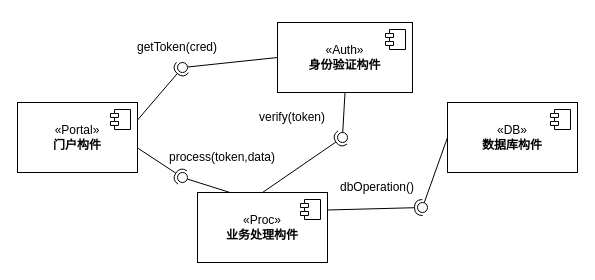
This is MXX-EXAMPLE.drawio from WFUing/GRADUATION, a draw.io file, before an edit. Source tidied: cells renumbered, new cells numbered last; positions are measured from the earlier drawing's top-left corner, leaving out a move shared by most shapes. Both pictures are drawn from the tidied source at 100%, with x=0, y=0 at pixel (17, 22).
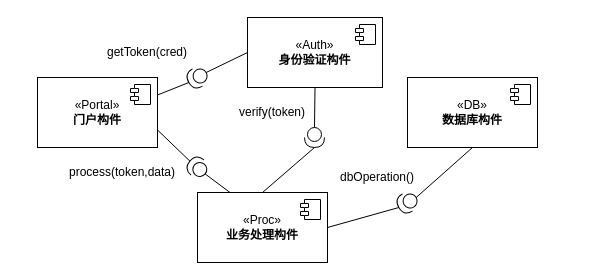
The same diagram, later.

The change refers to these unchanged cells:
```xml
<mxCell id="10" value="«Proc»&lt;br&gt;&lt;b&gt;业务处理构件&lt;/b&gt;" style="html=1;whiteSpace=wrap;" parent="1" vertex="1">
  <mxGeometry x="180" y="170" width="130" height="70" as="geometry" />
</mxCell>
```

Diff of the diagram source:
```diff
@@
     <mxCell id="2" value="«Portal»&lt;br&gt;&lt;b&gt;门户构件&lt;/b&gt;" style="html=1;whiteSpace=wrap;" parent="1" vertex="1">
-      <mxGeometry y="80" width="120" height="70" as="geometry" />
+      <mxGeometry x="20" y="55" width="120" height="70" as="geometry" />
     </mxCell>
@@
-    <mxCell id="4" style="rounded=0;jettySize=auto;html=1;endArrow=none;endFill=0;sketch=0;sourcePerimeterSpacing=0;targetPerimeterSpacing=0;exitX=0;exitY=0.5;exitDx=0;exitDy=0;" parent="1" edge="1" source="7" target="6">
-      <mxGeometry relative="1" as="geometry" />
-    </mxCell>
-    <mxCell id="5" style="rounded=0;jettySize=auto;html=1;endArrow=halfCircle;endFill=0;entryX=0.5;entryY=0.5;endSize=6;strokeWidth=1;sketch=0;exitX=1;exitY=0.25;exitDx=0;exitDy=0;" parent="1" edge="1" source="2" target="6">
-      <mxGeometry relative="1" as="geometry" />
-    </mxCell>
-    <mxCell id="6" style="ellipse;whiteSpace=wrap;html=1;align=center;points=[];outlineConnect=0;sketch=0;" parent="1" vertex="1">
-      <mxGeometry x="160" y="40" width="10" height="10" as="geometry" />
-    </mxCell>
     <mxCell id="7" value="«Auth»&lt;br&gt;&lt;b&gt;身份验证构件&lt;/b&gt;" style="html=1;whiteSpace=wrap;" parent="1" vertex="1">
-      <mxGeometry x="260" width="135" height="70" as="geometry" />
+      <mxGeometry x="230" y="-5" width="135" height="70" as="geometry" />
     </mxCell>
@@
     <mxCell id="9" value="getToken(cred)" style="text;strokeColor=none;align=center;fillColor=none;html=1;verticalAlign=middle;whiteSpace=wrap;rounded=0;" parent="1" vertex="1">
-      <mxGeometry x="110" y="10" width="100" height="30" as="geometry" />
+      <mxGeometry x="80" y="15" width="100" height="30" as="geometry" />
     </mxCell>
@@
-    <mxCell id="12" style="rounded=0;jettySize=auto;html=1;endArrow=none;endFill=0;sketch=0;sourcePerimeterSpacing=0;targetPerimeterSpacing=0;exitX=0.25;exitY=0;exitDx=0;exitDy=0;" parent="1" edge="1" source="10" target="14">
-      <mxGeometry relative="1" as="geometry" />
-    </mxCell>
-    <mxCell id="13" style="rounded=0;jettySize=auto;html=1;endArrow=halfCircle;endFill=0;entryX=0.5;entryY=0.5;endSize=6;strokeWidth=1;sketch=0;exitX=1.006;exitY=0.656;exitDx=0;exitDy=0;exitPerimeter=0;" parent="1" edge="1" source="2" target="14">
-      <mxGeometry relative="1" as="geometry" />
-    </mxCell>
-    <mxCell id="14" style="ellipse;whiteSpace=wrap;html=1;align=center;points=[];outlineConnect=0;sketch=0;" parent="1" vertex="1">
-      <mxGeometry x="160" y="150" width="10" height="10" as="geometry" />
-    </mxCell>
     <mxCell id="15" value="process(token,data)" style="text;strokeColor=none;align=center;fillColor=none;html=1;verticalAlign=middle;whiteSpace=wrap;rounded=0;" parent="1" vertex="1">
-      <mxGeometry x="140" y="120" width="130" height="30" as="geometry" />
+      <mxGeometry x="40" y="135" width="130" height="30" as="geometry" />
     </mxCell>
-    <mxCell id="16" style="rounded=0;jettySize=auto;html=1;endArrow=none;endFill=0;sketch=0;sourcePerimeterSpacing=0;targetPerimeterSpacing=0;exitX=0.5;exitY=1;exitDx=0;exitDy=0;" parent="1" edge="1" source="7" target="18">
-      <mxGeometry relative="1" as="geometry" />
-    </mxCell>
-    <mxCell id="17" style="rounded=0;jettySize=auto;html=1;endArrow=halfCircle;endFill=0;entryX=0.5;entryY=0.5;endSize=6;strokeWidth=1;sketch=0;exitX=0.5;exitY=0;exitDx=0;exitDy=0;" parent="1" edge="1" source="10" target="18">
-      <mxGeometry relative="1" as="geometry" />
-    </mxCell>
-    <mxCell id="18" style="ellipse;whiteSpace=wrap;html=1;align=center;points=[];outlineConnect=0;sketch=0;" parent="1" vertex="1">
-      <mxGeometry x="320" y="110" width="10" height="10" as="geometry" />
-    </mxCell>
     <mxCell id="19" value="verify(token)" style="text;strokeColor=none;align=center;fillColor=none;html=1;verticalAlign=middle;whiteSpace=wrap;rounded=0;" parent="1" vertex="1">
-      <mxGeometry x="220" y="80" width="110" height="30" as="geometry" />
+      <mxGeometry x="200" y="75" width="110" height="30" as="geometry" />
     </mxCell>
     <mxCell id="20" value="«DB»&lt;br&gt;&lt;b&gt;数据库构件&lt;/b&gt;" style="html=1;whiteSpace=wrap;" parent="1" vertex="1">
-      <mxGeometry x="430" y="80" width="130" height="70" as="geometry" />
+      <mxGeometry x="390" y="55" width="130" height="70" as="geometry" />
     </mxCell>
@@
-    <mxCell id="22" style="rounded=0;jettySize=auto;html=1;endArrow=none;endFill=0;sketch=0;sourcePerimeterSpacing=0;targetPerimeterSpacing=0;exitX=0;exitY=0.5;exitDx=0;exitDy=0;" parent="1" edge="1" source="20" target="24">
-      <mxGeometry relative="1" as="geometry" />
-    </mxCell>
-    <mxCell id="23" style="rounded=0;jettySize=auto;html=1;endArrow=halfCircle;endFill=0;entryX=0.5;entryY=0.5;endSize=6;strokeWidth=1;sketch=0;exitX=1;exitY=0.25;exitDx=0;exitDy=0;" parent="1" edge="1" source="10" target="24">
-      <mxGeometry relative="1" as="geometry" />
-    </mxCell>
-    <mxCell id="24" style="ellipse;whiteSpace=wrap;html=1;align=center;points=[];outlineConnect=0;sketch=0;" parent="1" vertex="1">
-      <mxGeometry x="400" y="180" width="10" height="10" as="geometry" />
-    </mxCell>
     <mxCell id="25" value="dbOperation()" style="text;strokeColor=none;align=center;fillColor=none;html=1;verticalAlign=middle;whiteSpace=wrap;rounded=0;" parent="1" vertex="1">
-      <mxGeometry x="310" y="150" width="100" height="30" as="geometry" />
+      <mxGeometry x="310" y="140" width="100" height="30" as="geometry" />
     </mxCell>
+    <mxCell id="26" style="shape=providedRequiredInterface;html=1;verticalLabelPosition=bottom;sketch=0;rotation=-210;" parent="1" vertex="1">
+      <mxGeometry x="170" y="45" width="20" height="20" as="geometry" />
+    </mxCell>
+    <mxCell id="27" style="endArrow=none;html=1;rounded=0;exitX=0;exitY=0.5;exitDx=0;exitDy=0;exitPerimeter=0;entryX=0.25;entryY=0;entryDx=0;entryDy=0;" parent="1" edge="1" source="30" target="10">
+      <mxGeometry relative="1" as="geometry" />
+    </mxCell>
+    <mxCell id="28" style="endArrow=none;html=1;rounded=0;exitX=1;exitY=0.25;exitDx=0;exitDy=0;entryX=1;entryY=0.5;entryDx=0;entryDy=0;entryPerimeter=0;" parent="1" edge="1" source="2" target="26">
+      <mxGeometry relative="1" as="geometry" />
+    </mxCell>
+    <mxCell id="29" style="endArrow=none;html=1;rounded=0;exitX=0;exitY=0.5;exitDx=0;exitDy=0;entryX=0;entryY=0.5;entryDx=0;entryDy=0;exitPerimeter=0;" parent="1" edge="1" source="26" target="7">
+      <mxGeometry relative="1" as="geometry" />
+    </mxCell>
+    <mxCell id="30" style="shape=providedRequiredInterface;html=1;verticalLabelPosition=bottom;sketch=0;rotation=-140;" parent="1" vertex="1">
+      <mxGeometry x="170" y="135" width="20" height="20" as="geometry" />
+    </mxCell>
+    <mxCell id="31" style="endArrow=none;html=1;rounded=0;exitX=1;exitY=0.75;exitDx=0;exitDy=0;entryX=1;entryY=0.5;entryDx=0;entryDy=0;entryPerimeter=0;" parent="1" edge="1" source="2" target="30">
+      <mxGeometry relative="1" as="geometry" />
+    </mxCell>
+    <mxCell id="32" style="shape=providedRequiredInterface;html=1;verticalLabelPosition=bottom;sketch=0;rotation=90;" parent="1" vertex="1">
+      <mxGeometry x="287" y="105" width="20" height="20" as="geometry" />
+    </mxCell>
+    <mxCell id="33" style="endArrow=none;html=1;rounded=0;entryX=0.5;entryY=1;entryDx=0;entryDy=0;exitX=0;exitY=0.5;exitDx=0;exitDy=0;exitPerimeter=0;" parent="1" edge="1" source="32" target="7">
+      <mxGeometry relative="1" as="geometry" />
+    </mxCell>
+    <mxCell id="34" style="endArrow=none;html=1;rounded=0;entryX=1;entryY=0.5;entryDx=0;entryDy=0;exitX=0.5;exitY=0;exitDx=0;exitDy=0;entryPerimeter=0;" parent="1" edge="1" source="10" target="32">
+      <mxGeometry relative="1" as="geometry" />
+    </mxCell>
+    <mxCell id="35" style="shape=providedRequiredInterface;html=1;verticalLabelPosition=bottom;sketch=0;rotation=-210;" parent="1" vertex="1">
+      <mxGeometry x="380" y="170" width="20" height="20" as="geometry" />
+    </mxCell>
+    <mxCell id="36" style="endArrow=none;html=1;rounded=0;entryX=0.5;entryY=1;entryDx=0;entryDy=0;exitX=0;exitY=0.5;exitDx=0;exitDy=0;exitPerimeter=0;" parent="1" edge="1" source="35" target="20">
+      <mxGeometry relative="1" as="geometry" />
+    </mxCell>
+    <mxCell id="37" style="endArrow=none;html=1;rounded=0;entryX=1;entryY=0.5;entryDx=0;entryDy=0;exitX=1;exitY=0.5;exitDx=0;exitDy=0;entryPerimeter=0;" parent="1" edge="1" source="10" target="35">
+      <mxGeometry relative="1" as="geometry" />
+    </mxCell>
```
